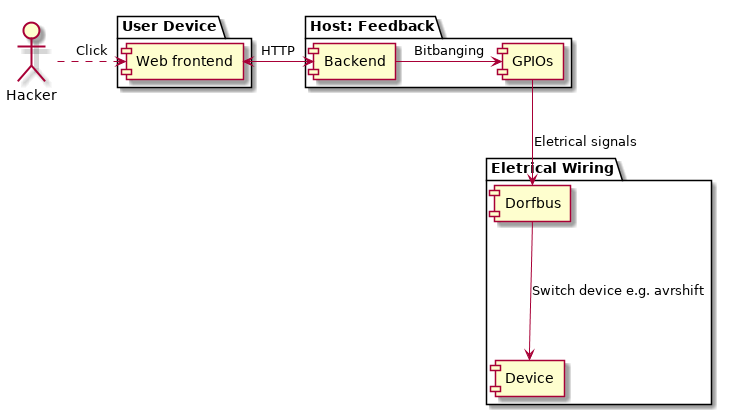
Above: docs/system-context.png in chaosdorf/dorfmap-deb (PlantUML), before the change. Its diagram source:
```plantuml
@startuml
actor "Hacker"

package "User Device" {
    [Web frontend]
}

package "Host: Feedback" {
    [Backend]
    [GPIOs]
}

package "Eletrical Wiring" {
    [Dorfbus]
    [Device]
}

[Hacker] .right.> [Web frontend] : Click
[Web frontend] <-right-> [Backend] : HTTP
[Backend] -right-> [GPIOs] : Bitbanging
[GPIOs] --> [Dorfbus] : Eletrical signals
[Dorfbus] --> [Device] : Switch device e.g. avrshift
@enduml
```
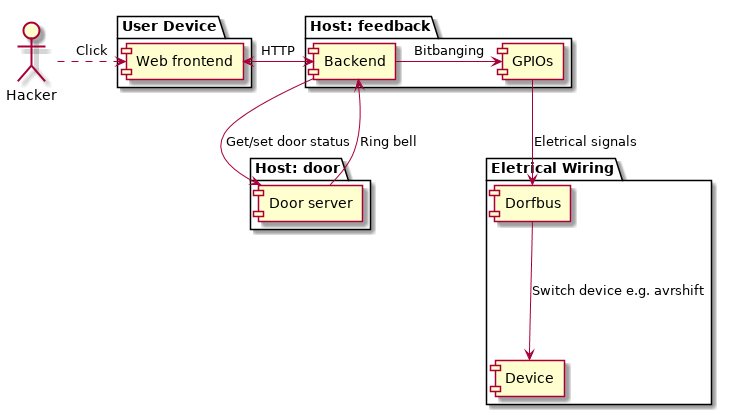
After the commit.

Commit message:
Update arechitecture diagrams

Change to the diagram source:
```diff
@@ -5,9 +5,13 @@
     [Web frontend]
 }
 
-package "Host: Feedback" {
+package "Host: feedback" {
     [Backend]
     [GPIOs]
+}
+
+package "Host: door" {
+    [Door server]
 }
 
 package "Eletrical Wiring" {
@@ -17,6 +21,8 @@
 
 [Hacker] .right.> [Web frontend] : Click
 [Web frontend] <-right-> [Backend] : HTTP
+[Backend] --> [Door server] : Get/set door status
+[Backend] <-- [Door server] : Ring bell
 [Backend] -right-> [GPIOs] : Bitbanging
 [GPIOs] --> [Dorfbus] : Eletrical signals
 [Dorfbus] --> [Device] : Switch device e.g. avrshift
```
